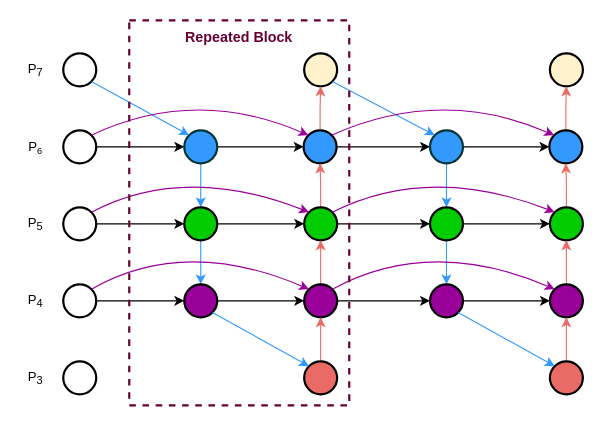
HaoyuScut/PaddleOCR keeps this draw.io diagram as BiFPN.drawio. Above is the earlier version. Source tidied: cells renumbered, new cells numbered last; positions are measured from the earlier drawing's top-left corner, leaving out a move shared by most shapes. Both pictures are drawn from the tidied source at 110%, with x=0, y=0 at pixel (19, 20).
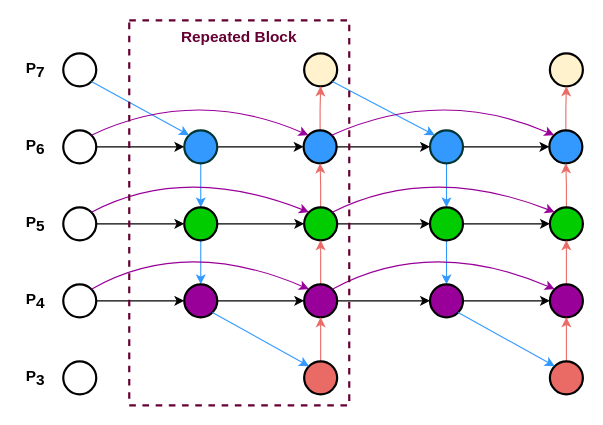
The same diagram, later.

The edit, as a diff of the source:
```diff
@@
-    <mxCell id="29" value="P&lt;sub&gt;7&lt;/sub&gt;" style="text;html=1;strokeColor=none;fillColor=none;align=center;verticalAlign=middle;whiteSpace=wrap;rounded=0;" parent="1" vertex="1">
+    <mxCell id="29" value="P&lt;sub style=&quot;font-size: 14px;&quot;&gt;7&lt;/sub&gt;" style="text;html=1;strokeColor=none;fillColor=none;align=center;verticalAlign=middle;whiteSpace=wrap;rounded=0;fontSize=14;fontStyle=1;" parent="1" vertex="1">
       <mxGeometry y="30" width="30" height="30" as="geometry" />
     </mxCell>
-    <mxCell id="30" value="P&lt;span style=&quot;font-size: 10px;&quot;&gt;&lt;sub&gt;6&lt;/sub&gt;&lt;/span&gt;" style="text;html=1;strokeColor=none;fillColor=none;align=center;verticalAlign=middle;whiteSpace=wrap;rounded=0;" parent="1" vertex="1">
+    <mxCell id="30" value="P&lt;span style=&quot;font-size: 14px;&quot;&gt;&lt;sub style=&quot;font-size: 14px;&quot;&gt;6&lt;/sub&gt;&lt;/span&gt;" style="text;html=1;strokeColor=none;fillColor=none;align=center;verticalAlign=middle;whiteSpace=wrap;rounded=0;fontSize=14;fontStyle=1;" parent="1" vertex="1">
       <mxGeometry y="100" width="30" height="30" as="geometry" />
     </mxCell>
-    <mxCell id="31" value="P&lt;sub&gt;5&lt;/sub&gt;" style="text;html=1;strokeColor=none;fillColor=none;align=center;verticalAlign=middle;whiteSpace=wrap;rounded=0;" parent="1" vertex="1">
+    <mxCell id="31" value="P&lt;sub style=&quot;font-size: 14px;&quot;&gt;5&lt;/sub&gt;" style="text;html=1;strokeColor=none;fillColor=none;align=center;verticalAlign=middle;whiteSpace=wrap;rounded=0;fontSize=14;fontStyle=1;" parent="1" vertex="1">
       <mxGeometry y="170" width="30" height="30" as="geometry" />
     </mxCell>
-    <mxCell id="32" value="P&lt;sub&gt;4&lt;/sub&gt;" style="text;html=1;strokeColor=none;fillColor=none;align=center;verticalAlign=middle;whiteSpace=wrap;rounded=0;" parent="1" vertex="1">
+    <mxCell id="32" value="P&lt;sub style=&quot;font-size: 14px;&quot;&gt;4&lt;/sub&gt;" style="text;html=1;strokeColor=none;fillColor=none;align=center;verticalAlign=middle;whiteSpace=wrap;rounded=0;fontSize=14;fontStyle=1;" parent="1" vertex="1">
       <mxGeometry y="240" width="30" height="30" as="geometry" />
     </mxCell>
-    <mxCell id="33" value="P&lt;sub&gt;3&lt;/sub&gt;" style="text;html=1;strokeColor=none;fillColor=none;align=center;verticalAlign=middle;whiteSpace=wrap;rounded=0;" parent="1" vertex="1">
+    <mxCell id="33" value="P&lt;sub style=&quot;font-size: 14px;&quot;&gt;3&lt;/sub&gt;" style="text;html=1;strokeColor=none;fillColor=none;align=center;verticalAlign=middle;whiteSpace=wrap;rounded=0;fontSize=14;fontStyle=1;" parent="1" vertex="1">
       <mxGeometry y="310" width="30" height="30" as="geometry" />
     </mxCell>
@@
-    <mxCell id="63" value="&lt;font color=&quot;#660033&quot; size=&quot;1&quot; style=&quot;&quot;&gt;&lt;b style=&quot;font-size: 13px;&quot;&gt;Repeated Block&lt;/b&gt;&lt;/font&gt;" style="text;html=1;strokeColor=none;fillColor=none;align=center;verticalAlign=middle;whiteSpace=wrap;rounded=0;dashed=1;" parent="1" vertex="1">
+    <mxCell id="63" value="&lt;font size=&quot;1&quot; color=&quot;#660033&quot; style=&quot;&quot;&gt;&lt;b style=&quot;font-size: 14px;&quot;&gt;Repeated Block&lt;/b&gt;&lt;/font&gt;" style="text;html=1;strokeColor=none;fillColor=none;align=center;verticalAlign=middle;whiteSpace=wrap;rounded=0;dashed=1;fontSize=13;" parent="1" vertex="1">
       <mxGeometry x="145" width="110" height="30" as="geometry" />
     </mxCell>
```
